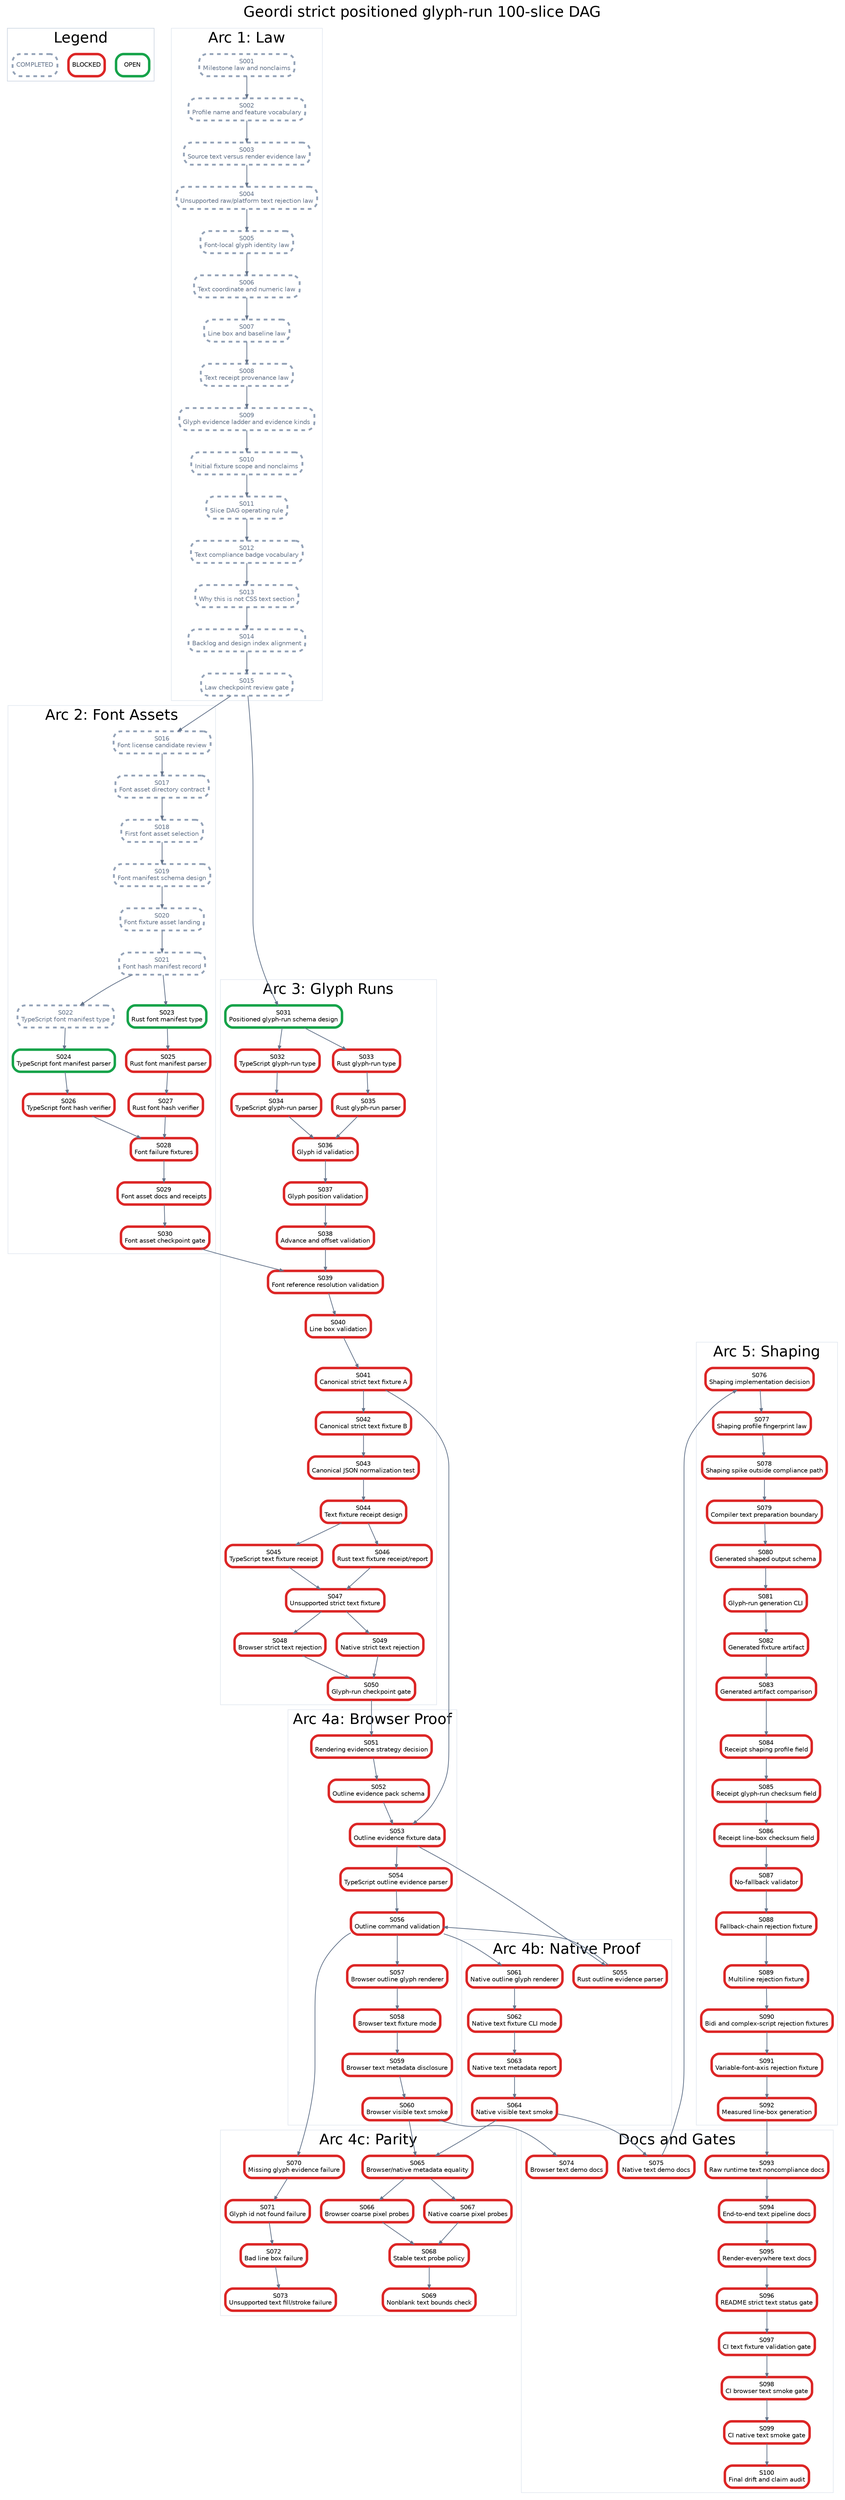
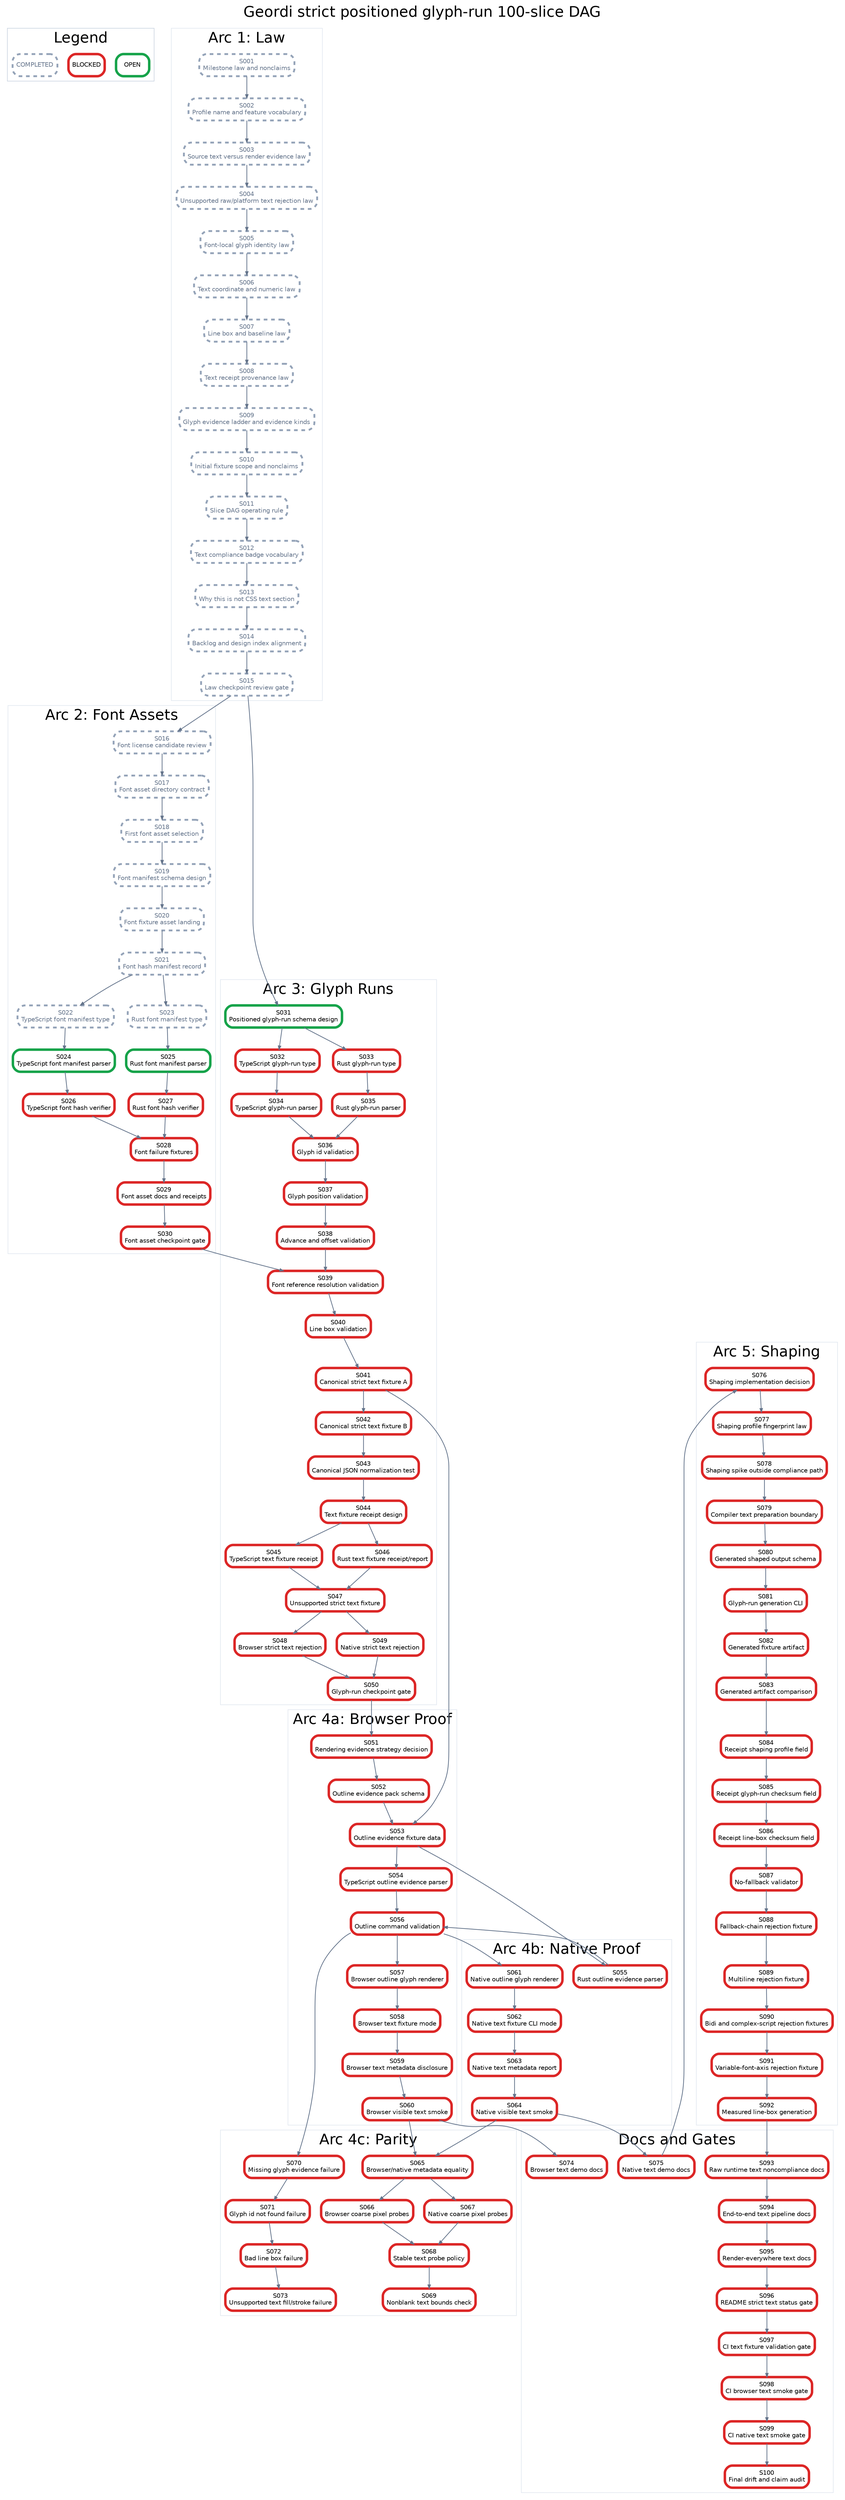
digraph StrictPositionedGlyphRunPlan {
  graph [rankdir=TB, bgcolor="white", fontname="Helvetica", label="Geordi strict positioned glyph-run 100-slice DAG", labelloc="t", fontsize=24];
  node [shape=box, style="rounded,filled", fillcolor="white", fontname="Helvetica", fontsize=10, margin="0.08,0.05"];
  edge [color="#64748b", arrowsize=0.6, penwidth=1.2];

  subgraph cluster_legend {
    label="Legend";
    color="#cbd5e1";
    legend_open [label="OPEN", color="#16a34a", penwidth=4];
    legend_blocked [label="BLOCKED", color="#dc2626", penwidth=4];
    legend_done [label="COMPLETED", color="#94a3b8", penwidth=3, style="rounded,filled,dashed", fontcolor="#64748b"];
  }

  subgraph cluster_law {
    label="Arc 1: Law";
    color="#e2e8f0";
    S001 [label="S001\nMilestone law and nonclaims", color="#94a3b8", penwidth=3, style="rounded,filled,dashed", fontcolor="#64748b"];
    S002 [label="S002\nProfile name and feature vocabulary", color="#94a3b8", penwidth=3, style="rounded,filled,dashed", fontcolor="#64748b"];
    S003 [label="S003\nSource text versus render evidence law", color="#94a3b8", penwidth=3, style="rounded,filled,dashed", fontcolor="#64748b"];
    S004 [label="S004\nUnsupported raw/platform text rejection law", color="#94a3b8", penwidth=3, style="rounded,filled,dashed", fontcolor="#64748b"];
    S005 [label="S005\nFont-local glyph identity law", color="#94a3b8", penwidth=3, style="rounded,filled,dashed", fontcolor="#64748b"];
    S006 [label="S006\nText coordinate and numeric law", color="#94a3b8", penwidth=3, style="rounded,filled,dashed", fontcolor="#64748b"];
    S007 [label="S007\nLine box and baseline law", color="#94a3b8", penwidth=3, style="rounded,filled,dashed", fontcolor="#64748b"];
    S008 [label="S008\nText receipt provenance law", color="#94a3b8", penwidth=3, style="rounded,filled,dashed", fontcolor="#64748b"];
    S009 [label="S009\nGlyph evidence ladder and evidence kinds", color="#94a3b8", penwidth=3, style="rounded,filled,dashed", fontcolor="#64748b"];
    S010 [label="S010\nInitial fixture scope and nonclaims", color="#94a3b8", penwidth=3, style="rounded,filled,dashed", fontcolor="#64748b"];
    S011 [label="S011\nSlice DAG operating rule", color="#94a3b8", penwidth=3, style="rounded,filled,dashed", fontcolor="#64748b"];
    S012 [label="S012\nText compliance badge vocabulary", color="#94a3b8", penwidth=3, style="rounded,filled,dashed", fontcolor="#64748b"];
    S013 [label="S013\nWhy this is not CSS text section", color="#94a3b8", penwidth=3, style="rounded,filled,dashed", fontcolor="#64748b"];
    S014 [label="S014\nBacklog and design index alignment", color="#94a3b8", penwidth=3, style="rounded,filled,dashed", fontcolor="#64748b"];
    S015 [label="S015\nLaw checkpoint review gate", color="#94a3b8", penwidth=3, style="rounded,filled,dashed", fontcolor="#64748b"];
  }

  subgraph cluster_assets {
    label="Arc 2: Font Assets";
    color="#e2e8f0";
    S016 [label="S016\nFont license candidate review", color="#94a3b8", penwidth=3, style="rounded,filled,dashed", fontcolor="#64748b"];
    S017 [label="S017\nFont asset directory contract", color="#94a3b8", penwidth=3, style="rounded,filled,dashed", fontcolor="#64748b"];
    S018 [label="S018\nFirst font asset selection", color="#94a3b8", penwidth=3, style="rounded,filled,dashed", fontcolor="#64748b"];
    S019 [label="S019\nFont manifest schema design", color="#94a3b8", penwidth=3, style="rounded,filled,dashed", fontcolor="#64748b"];
    S020 [label="S020\nFont fixture asset landing", color="#94a3b8", penwidth=3, style="rounded,filled,dashed", fontcolor="#64748b"];
    S021 [label="S021\nFont hash manifest record", color="#94a3b8", penwidth=3, style="rounded,filled,dashed", fontcolor="#64748b"];
    S022 [label="S022\nTypeScript font manifest type", color="#94a3b8", penwidth=3, style="rounded,filled,dashed", fontcolor="#64748b"];
-     S023 [label="S023\nRust font manifest type", color="#16a34a", penwidth=4];
+     S023 [label="S023\nRust font manifest type", color="#94a3b8", penwidth=3, style="rounded,filled,dashed", fontcolor="#64748b"];
    S024 [label="S024\nTypeScript font manifest parser", color="#16a34a", penwidth=4];
-     S025 [label="S025\nRust font manifest parser", color="#dc2626", penwidth=4];
+     S025 [label="S025\nRust font manifest parser", color="#16a34a", penwidth=4];
    S026 [label="S026\nTypeScript font hash verifier", color="#dc2626", penwidth=4];
    S027 [label="S027\nRust font hash verifier", color="#dc2626", penwidth=4];
    S028 [label="S028\nFont failure fixtures", color="#dc2626", penwidth=4];
    S029 [label="S029\nFont asset docs and receipts", color="#dc2626", penwidth=4];
    S030 [label="S030\nFont asset checkpoint gate", color="#dc2626", penwidth=4];
  }

  subgraph cluster_glyph {
    label="Arc 3: Glyph Runs";
    color="#e2e8f0";
    S031 [label="S031\nPositioned glyph-run schema design", color="#16a34a", penwidth=4];
    S032 [label="S032\nTypeScript glyph-run type", color="#dc2626", penwidth=4];
    S033 [label="S033\nRust glyph-run type", color="#dc2626", penwidth=4];
    S034 [label="S034\nTypeScript glyph-run parser", color="#dc2626", penwidth=4];
    S035 [label="S035\nRust glyph-run parser", color="#dc2626", penwidth=4];
    S036 [label="S036\nGlyph id validation", color="#dc2626", penwidth=4];
    S037 [label="S037\nGlyph position validation", color="#dc2626", penwidth=4];
    S038 [label="S038\nAdvance and offset validation", color="#dc2626", penwidth=4];
    S039 [label="S039\nFont reference resolution validation", color="#dc2626", penwidth=4];
    S040 [label="S040\nLine box validation", color="#dc2626", penwidth=4];
    S041 [label="S041\nCanonical strict text fixture A", color="#dc2626", penwidth=4];
    S042 [label="S042\nCanonical strict text fixture B", color="#dc2626", penwidth=4];
    S043 [label="S043\nCanonical JSON normalization test", color="#dc2626", penwidth=4];
    S044 [label="S044\nText fixture receipt design", color="#dc2626", penwidth=4];
    S045 [label="S045\nTypeScript text fixture receipt", color="#dc2626", penwidth=4];
    S046 [label="S046\nRust text fixture receipt/report", color="#dc2626", penwidth=4];
    S047 [label="S047\nUnsupported strict text fixture", color="#dc2626", penwidth=4];
    S048 [label="S048\nBrowser strict text rejection", color="#dc2626", penwidth=4];
    S049 [label="S049\nNative strict text rejection", color="#dc2626", penwidth=4];
    S050 [label="S050\nGlyph-run checkpoint gate", color="#dc2626", penwidth=4];
  }

  subgraph cluster_browser {
    label="Arc 4a: Browser Proof";
    color="#e2e8f0";
    S051 [label="S051\nRendering evidence strategy decision", color="#dc2626", penwidth=4];
    S052 [label="S052\nOutline evidence pack schema", color="#dc2626", penwidth=4];
    S053 [label="S053\nOutline evidence fixture data", color="#dc2626", penwidth=4];
    S054 [label="S054\nTypeScript outline evidence parser", color="#dc2626", penwidth=4];
    S056 [label="S056\nOutline command validation", color="#dc2626", penwidth=4];
    S057 [label="S057\nBrowser outline glyph renderer", color="#dc2626", penwidth=4];
    S058 [label="S058\nBrowser text fixture mode", color="#dc2626", penwidth=4];
    S059 [label="S059\nBrowser text metadata disclosure", color="#dc2626", penwidth=4];
    S060 [label="S060\nBrowser visible text smoke", color="#dc2626", penwidth=4];
  }

  subgraph cluster_native {
    label="Arc 4b: Native Proof";
    color="#e2e8f0";
    S055 [label="S055\nRust outline evidence parser", color="#dc2626", penwidth=4];
    S061 [label="S061\nNative outline glyph renderer", color="#dc2626", penwidth=4];
    S062 [label="S062\nNative text fixture CLI mode", color="#dc2626", penwidth=4];
    S063 [label="S063\nNative text metadata report", color="#dc2626", penwidth=4];
    S064 [label="S064\nNative visible text smoke", color="#dc2626", penwidth=4];
  }

  subgraph cluster_parity {
    label="Arc 4c: Parity";
    color="#e2e8f0";
    S065 [label="S065\nBrowser/native metadata equality", color="#dc2626", penwidth=4];
    S066 [label="S066\nBrowser coarse pixel probes", color="#dc2626", penwidth=4];
    S067 [label="S067\nNative coarse pixel probes", color="#dc2626", penwidth=4];
    S068 [label="S068\nStable text probe policy", color="#dc2626", penwidth=4];
    S069 [label="S069\nNonblank text bounds check", color="#dc2626", penwidth=4];
    S070 [label="S070\nMissing glyph evidence failure", color="#dc2626", penwidth=4];
    S071 [label="S071\nGlyph id not found failure", color="#dc2626", penwidth=4];
    S072 [label="S072\nBad line box failure", color="#dc2626", penwidth=4];
    S073 [label="S073\nUnsupported text fill/stroke failure", color="#dc2626", penwidth=4];
  }

  subgraph cluster_shaping {
    label="Arc 5: Shaping";
    color="#e2e8f0";
    S076 [label="S076\nShaping implementation decision", color="#dc2626", penwidth=4];
    S077 [label="S077\nShaping profile fingerprint law", color="#dc2626", penwidth=4];
    S078 [label="S078\nShaping spike outside compliance path", color="#dc2626", penwidth=4];
    S079 [label="S079\nCompiler text preparation boundary", color="#dc2626", penwidth=4];
    S080 [label="S080\nGenerated shaped output schema", color="#dc2626", penwidth=4];
    S081 [label="S081\nGlyph-run generation CLI", color="#dc2626", penwidth=4];
    S082 [label="S082\nGenerated fixture artifact", color="#dc2626", penwidth=4];
    S083 [label="S083\nGenerated artifact comparison", color="#dc2626", penwidth=4];
    S084 [label="S084\nReceipt shaping profile field", color="#dc2626", penwidth=4];
    S085 [label="S085\nReceipt glyph-run checksum field", color="#dc2626", penwidth=4];
    S086 [label="S086\nReceipt line-box checksum field", color="#dc2626", penwidth=4];
    S087 [label="S087\nNo-fallback validator", color="#dc2626", penwidth=4];
    S088 [label="S088\nFallback-chain rejection fixture", color="#dc2626", penwidth=4];
    S089 [label="S089\nMultiline rejection fixture", color="#dc2626", penwidth=4];
    S090 [label="S090\nBidi and complex-script rejection fixtures", color="#dc2626", penwidth=4];
    S091 [label="S091\nVariable-font-axis rejection fixture", color="#dc2626", penwidth=4];
    S092 [label="S092\nMeasured line-box generation", color="#dc2626", penwidth=4];
  }

  subgraph cluster_docs {
    label="Docs and Gates";
    color="#e2e8f0";
    S074 [label="S074\nBrowser text demo docs", color="#dc2626", penwidth=4];
    S075 [label="S075\nNative text demo docs", color="#dc2626", penwidth=4];
    S093 [label="S093\nRaw runtime text noncompliance docs", color="#dc2626", penwidth=4];
    S094 [label="S094\nEnd-to-end text pipeline docs", color="#dc2626", penwidth=4];
    S095 [label="S095\nRender-everywhere text docs", color="#dc2626", penwidth=4];
    S096 [label="S096\nREADME strict text status gate", color="#dc2626", penwidth=4];
    S097 [label="S097\nCI text fixture validation gate", color="#dc2626", penwidth=4];
    S098 [label="S098\nCI browser text smoke gate", color="#dc2626", penwidth=4];
    S099 [label="S099\nCI native text smoke gate", color="#dc2626", penwidth=4];
    S100 [label="S100\nFinal drift and claim audit", color="#dc2626", penwidth=4];
  }

  S001 -> S002;
  S002 -> S003;
  S003 -> S004;
  S004 -> S005;
  S005 -> S006;
  S006 -> S007;
  S007 -> S008;
  S008 -> S009;
  S009 -> S010;
  S010 -> S011;
  S011 -> S012;
  S012 -> S013;
  S013 -> S014;
  S014 -> S015;
  S015 -> S016;
  S016 -> S017;
  S017 -> S018;
  S018 -> S019;
  S019 -> S020;
  S020 -> S021;
  S021 -> S022;
  S021 -> S023;
  S022 -> S024;
  S023 -> S025;
  S024 -> S026;
  S025 -> S027;
  S026 -> S028;
  S027 -> S028;
  S028 -> S029;
  S029 -> S030;
  S015 -> S031;
  S031 -> S032;
  S031 -> S033;
  S032 -> S034;
  S033 -> S035;
  S034 -> S036;
  S035 -> S036;
  S036 -> S037;
  S037 -> S038;
  S038 -> S039;
  S039 -> S040;
  S030 -> S039;
  S040 -> S041;
  S041 -> S042;
  S042 -> S043;
  S043 -> S044;
  S044 -> S045;
  S044 -> S046;
  S045 -> S047;
  S046 -> S047;
  S047 -> S048;
  S047 -> S049;
  S048 -> S050;
  S049 -> S050;
  S050 -> S051;
  S051 -> S052;
  S052 -> S053;
  S041 -> S053;
  S053 -> S054;
  S053 -> S055;
  S054 -> S056;
  S055 -> S056;
  S056 -> S057;
  S057 -> S058;
  S058 -> S059;
  S059 -> S060;
  S056 -> S061;
  S061 -> S062;
  S062 -> S063;
  S063 -> S064;
  S060 -> S065;
  S064 -> S065;
  S065 -> S066;
  S065 -> S067;
  S066 -> S068;
  S067 -> S068;
  S068 -> S069;
  S056 -> S070;
  S070 -> S071;
  S071 -> S072;
  S072 -> S073;
  S060 -> S074;
  S064 -> S075;
  S075 -> S076;
  S076 -> S077;
  S077 -> S078;
  S078 -> S079;
  S079 -> S080;
  S080 -> S081;
  S081 -> S082;
  S082 -> S083;
  S083 -> S084;
  S084 -> S085;
  S085 -> S086;
  S086 -> S087;
  S087 -> S088;
  S088 -> S089;
  S089 -> S090;
  S090 -> S091;
  S091 -> S092;
  S092 -> S093;
  S093 -> S094;
  S094 -> S095;
  S095 -> S096;
  S096 -> S097;
  S097 -> S098;
  S098 -> S099;
  S099 -> S100;
}
